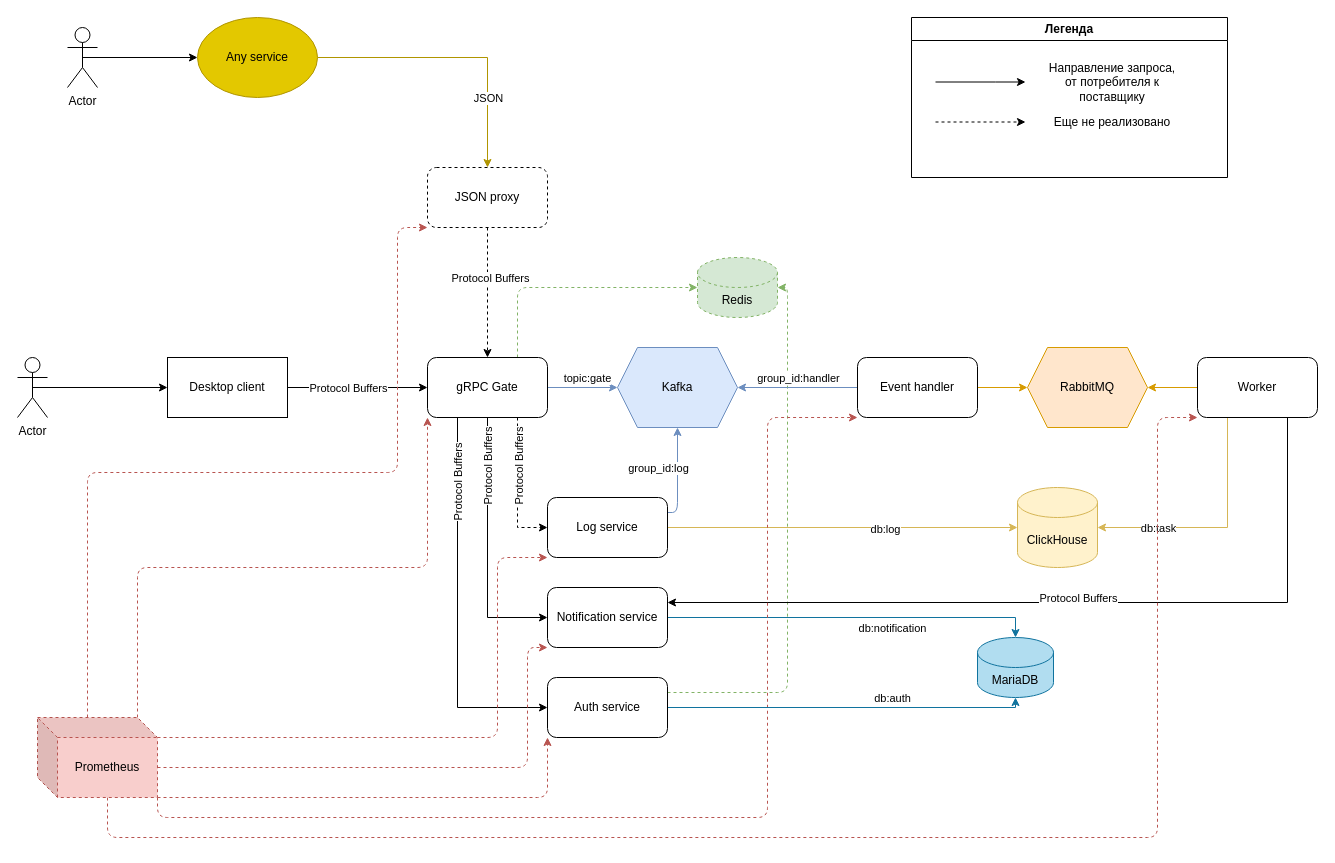
Above: page "New" (1 of 2) of scheme.drawio in gbh007/petus-projectus (draw.io), before the change. Source tidied: cells renumbered, new cells numbered last; positions are measured from the earlier drawing's top-left corner, leaving out a move shared by most shapes. Both pictures are drawn from the tidied source at 100%, with x=0, y=0 at pixel (17, 17).
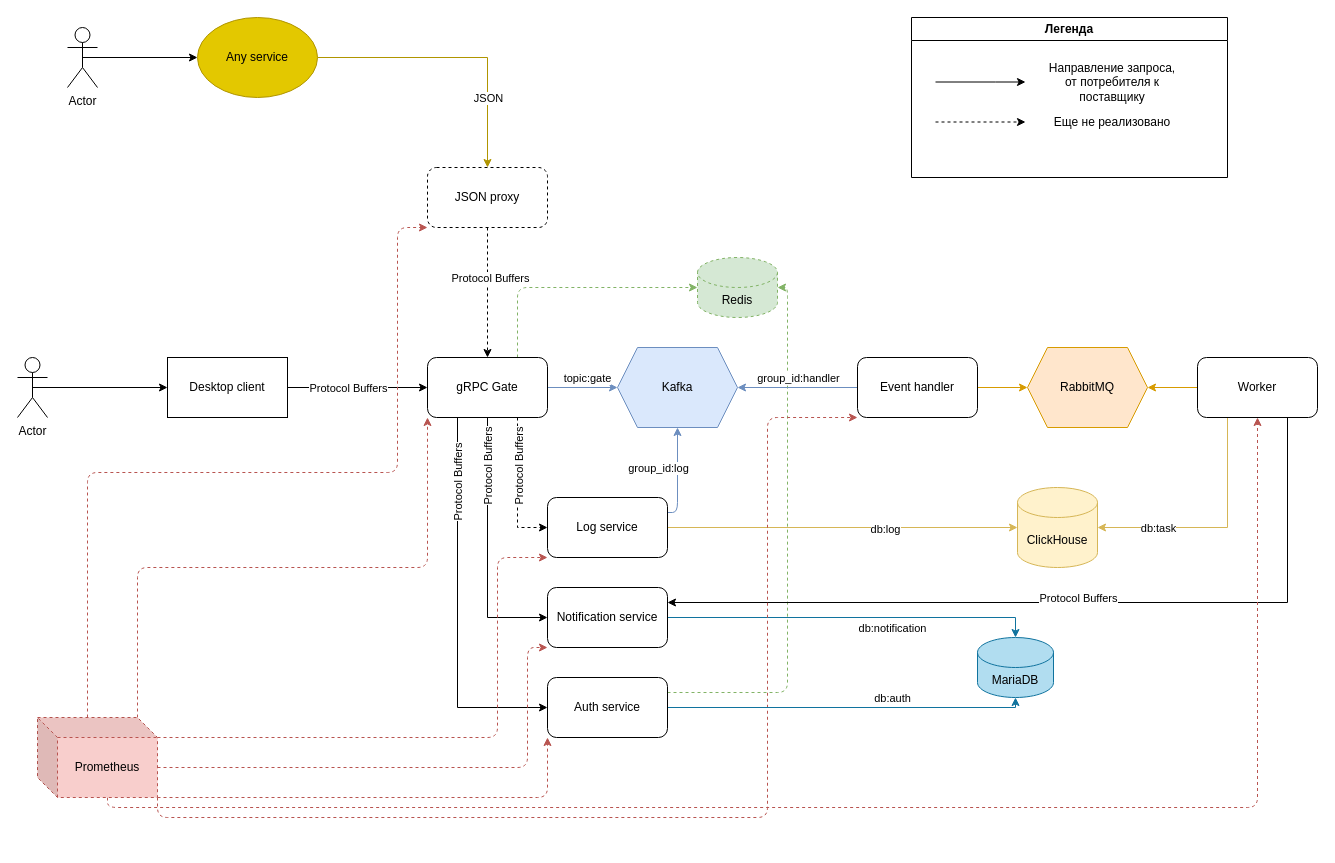
After the change.

Unchanged cells that the change refers to:
```xml
<mxCell id="16" value="Worker" style="rounded=1;whiteSpace=wrap;html=1;" parent="1" vertex="1">
  <mxGeometry x="1180" y="340" width="120" height="60" as="geometry" />
</mxCell>
<mxCell id="52" value="Prometheus" style="shape=cube;whiteSpace=wrap;html=1;boundedLbl=1;backgroundOutline=1;darkOpacity=0.05;darkOpacity2=0.1;fillColor=#f8cecc;strokeColor=#b85450;dashed=1;" parent="1" vertex="1">
  <mxGeometry x="20" y="700" width="120" height="80" as="geometry" />
</mxCell>
```

What changed in the source:
```diff
@@
-    <mxCell id="49" style="edgeStyle=orthogonalEdgeStyle;html=1;exitX=0;exitY=0;exitDx=70;exitDy=80;exitPerimeter=0;entryX=0;entryY=1;entryDx=0;entryDy=0;rounded=1;strokeColor=#b85450;snapToPoint=0;fixDash=0;backgroundOutline=0;orthogonal=0;enumerate=0;comic=0;dashed=1;fillColor=#f8cecc;" parent="1" edge="1" source="52" target="16">
-      <mxGeometry relative="1" as="geometry">
-        <Array as="points">
-          <mxPoint x="90" y="820" />
-          <mxPoint x="1140" y="820" />
-          <mxPoint x="1140" y="400" />
-        </Array>
-      </mxGeometry>
+    <mxCell id="49" style="edgeStyle=orthogonalEdgeStyle;html=1;exitX=0;exitY=0;exitDx=70;exitDy=80;exitPerimeter=0;entryX=0.5;entryY=1;entryDx=0;entryDy=0;rounded=1;strokeColor=#b85450;snapToPoint=0;fixDash=0;backgroundOutline=0;orthogonal=0;enumerate=0;comic=0;dashed=1;fillColor=#f8cecc;" parent="1" edge="1" source="52" target="16">
+      <mxGeometry relative="1" as="geometry" />
     </mxCell>
```
